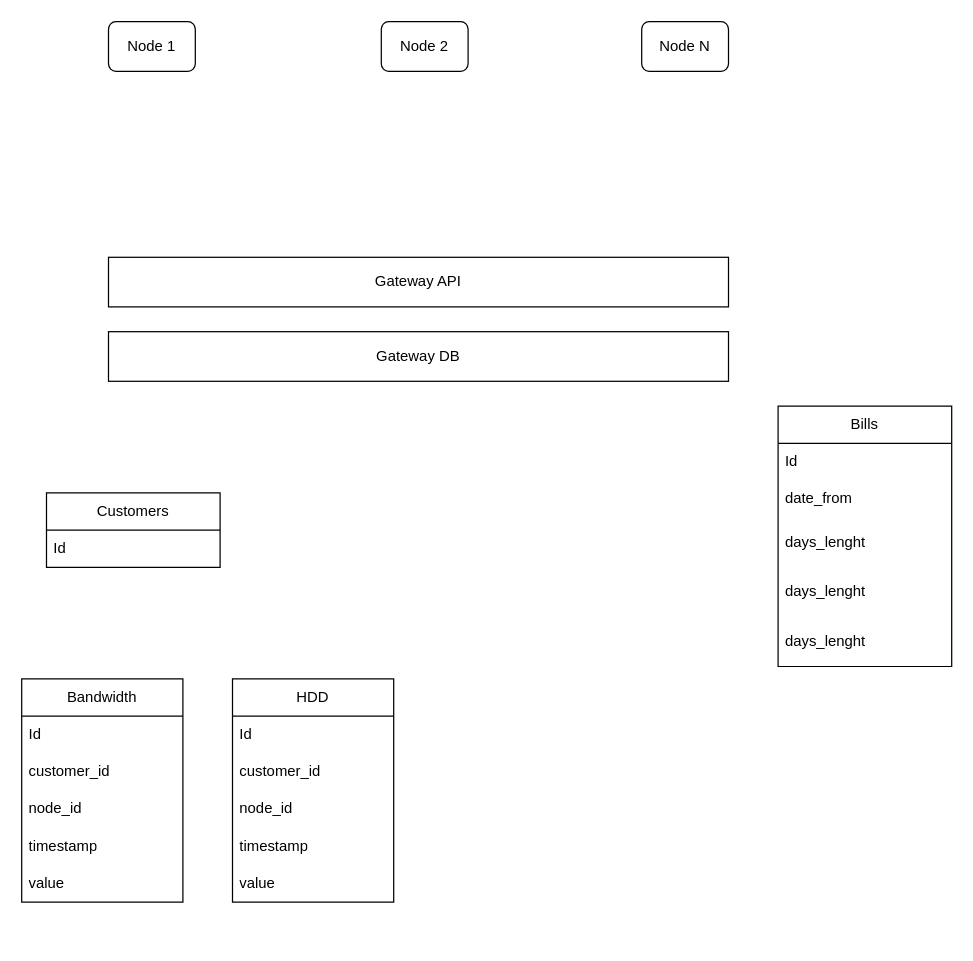
Earlier version of the draw.io diagram InfiniteStorage.drawio (jefo/drawio). Source tidied: cells renumbered, new cells numbered last; positions are measured from the earlier drawing's top-left corner, leaving out a move shared by most shapes. Both pictures are drawn from the tidied source at 124%, with x=0, y=0 at pixel (21, 21).
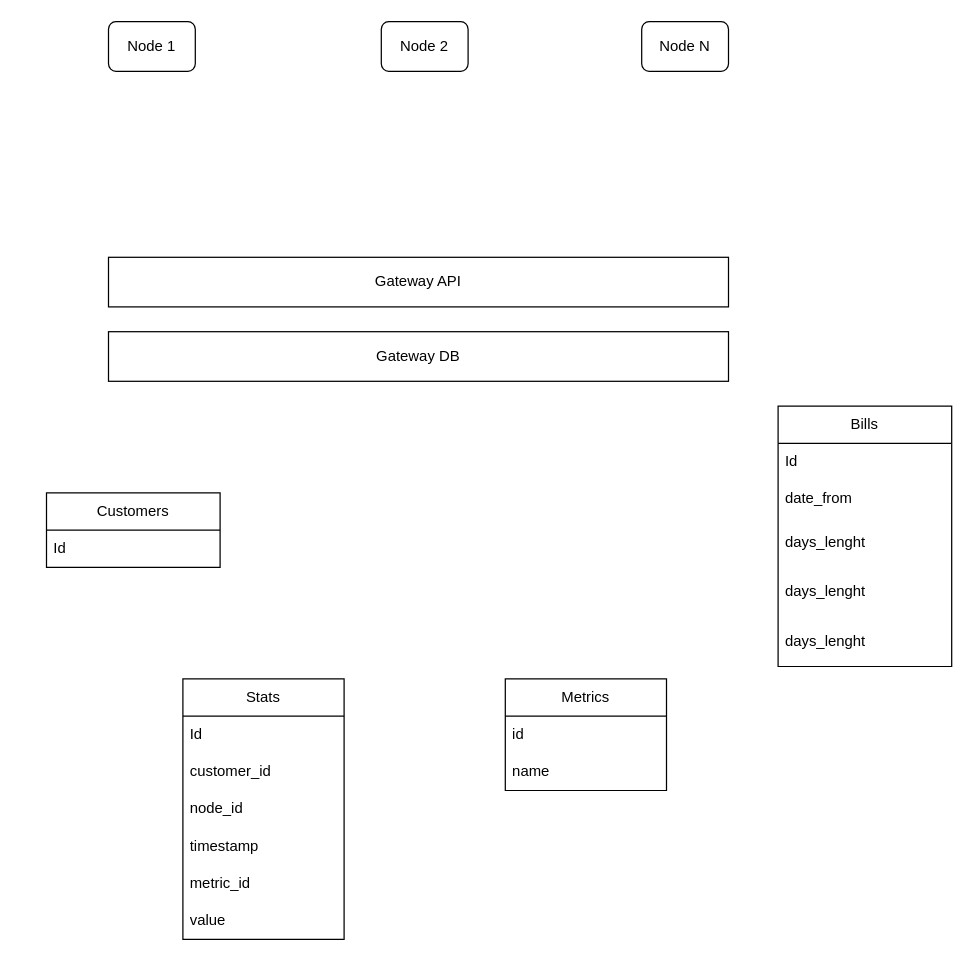
The same diagram, later.

What changed in the source:
```diff
@@
-    <mxCell id="15" value="Bandwidth" style="swimlane;fontStyle=0;horizontal=1;startSize=30;whiteSpace=wrap;html=1;" parent="1" vertex="1">
-      <mxGeometry y="530" width="130" height="180" as="geometry" />
-    </mxCell>
-    <mxCell id="16" value="Id" style="text;strokeColor=none;fillColor=none;align=left;verticalAlign=middle;spacingLeft=4;spacingRight=4;overflow=hidden;whiteSpace=wrap;html=1;" parent="15" vertex="1">
-      <mxGeometry y="30" width="130" height="30" as="geometry" />
-    </mxCell>
-    <mxCell id="17" value="customer_id" style="text;strokeColor=none;fillColor=none;align=left;verticalAlign=middle;spacingLeft=4;spacingRight=4;overflow=hidden;whiteSpace=wrap;html=1;" parent="15" vertex="1">
-      <mxGeometry y="60" width="130" height="30" as="geometry" />
-    </mxCell>
-    <mxCell id="18" value="node_id" style="text;strokeColor=none;fillColor=none;align=left;verticalAlign=middle;spacingLeft=4;spacingRight=4;overflow=hidden;whiteSpace=wrap;html=1;" parent="15" vertex="1">
-      <mxGeometry y="90" width="130" height="30" as="geometry" />
-    </mxCell>
-    <mxCell id="19" value="timestamp" style="text;strokeColor=none;fillColor=none;align=left;verticalAlign=middle;spacingLeft=4;spacingRight=4;overflow=hidden;whiteSpace=wrap;html=1;" parent="15" vertex="1">
-      <mxGeometry y="120" width="130" height="30" as="geometry" />
-    </mxCell>
-    <mxCell id="20" value="value" style="text;strokeColor=none;fillColor=none;align=left;verticalAlign=middle;spacingLeft=4;spacingRight=4;overflow=hidden;whiteSpace=wrap;html=1;" parent="15" vertex="1">
-      <mxGeometry y="150" width="130" height="30" as="geometry" />
-    </mxCell>
-    <mxCell id="21" value="HDD" style="swimlane;fontStyle=0;horizontal=1;startSize=30;whiteSpace=wrap;html=1;" parent="1" vertex="1">
-      <mxGeometry x="170" y="530" width="130" height="180" as="geometry" />
+    <mxCell id="21" value="Metrics" style="swimlane;fontStyle=0;horizontal=1;startSize=30;whiteSpace=wrap;html=1;" parent="1" vertex="1">
+      <mxGeometry x="390" y="530" width="130" height="90" as="geometry" />
     </mxCell>
-    <mxCell id="22" value="Id" style="text;strokeColor=none;fillColor=none;align=left;verticalAlign=middle;spacingLeft=4;spacingRight=4;overflow=hidden;whiteSpace=wrap;html=1;" parent="21" vertex="1">
+    <mxCell id="22" value="id" style="text;strokeColor=none;fillColor=none;align=left;verticalAlign=middle;spacingLeft=4;spacingRight=4;overflow=hidden;whiteSpace=wrap;html=1;" parent="21" vertex="1">
       <mxGeometry y="30" width="130" height="30" as="geometry" />
     </mxCell>
-    <mxCell id="23" value="customer_id" style="text;strokeColor=none;fillColor=none;align=left;verticalAlign=middle;spacingLeft=4;spacingRight=4;overflow=hidden;whiteSpace=wrap;html=1;" parent="21" vertex="1">
-      <mxGeometry y="60" width="130" height="30" as="geometry" />
-    </mxCell>
-    <mxCell id="24" value="node_id" style="text;strokeColor=none;fillColor=none;align=left;verticalAlign=middle;spacingLeft=4;spacingRight=4;overflow=hidden;whiteSpace=wrap;html=1;" parent="21" vertex="1">
-      <mxGeometry y="90" width="130" height="30" as="geometry" />
+    <mxCell id="24" value="name" style="text;strokeColor=none;fillColor=none;align=left;verticalAlign=middle;spacingLeft=4;spacingRight=4;overflow=hidden;whiteSpace=wrap;html=1;" parent="21" vertex="1">
+      <mxGeometry y="60" width="130" height="30" as="geometry" />
     </mxCell>
-    <mxCell id="25" value="timestamp" style="text;strokeColor=none;fillColor=none;align=left;verticalAlign=middle;spacingLeft=4;spacingRight=4;overflow=hidden;whiteSpace=wrap;html=1;" parent="21" vertex="1">
-      <mxGeometry y="120" width="130" height="30" as="geometry" />
-    </mxCell>
-    <mxCell id="26" value="value" style="text;strokeColor=none;fillColor=none;align=left;verticalAlign=middle;spacingLeft=4;spacingRight=4;overflow=hidden;whiteSpace=wrap;html=1;" parent="21" vertex="1">
-      <mxGeometry y="150" width="130" height="30" as="geometry" />
-    </mxCell>
+    <mxCell id="27" value="Stats" style="swimlane;fontStyle=0;horizontal=1;startSize=30;whiteSpace=wrap;html=1;" parent="1" vertex="1">
+      <mxGeometry x="130" y="530" width="130" height="210" as="geometry" />
+    </mxCell>
+    <mxCell id="16" value="Id" style="text;strokeColor=none;fillColor=none;align=left;verticalAlign=middle;spacingLeft=4;spacingRight=4;overflow=hidden;whiteSpace=wrap;html=1;" parent="27" vertex="1">
+      <mxGeometry y="30" width="130" height="30" as="geometry" />
+    </mxCell>
+    <mxCell id="28" value="customer_id" style="text;strokeColor=none;fillColor=none;align=left;verticalAlign=middle;spacingLeft=4;spacingRight=4;overflow=hidden;whiteSpace=wrap;html=1;" parent="27" vertex="1">
+      <mxGeometry y="60" width="130" height="30" as="geometry" />
+    </mxCell>
+    <mxCell id="18" value="node_id" style="text;strokeColor=none;fillColor=none;align=left;verticalAlign=middle;spacingLeft=4;spacingRight=4;overflow=hidden;whiteSpace=wrap;html=1;" parent="27" vertex="1">
+      <mxGeometry y="90" width="130" height="30" as="geometry" />
+    </mxCell>
+    <mxCell id="29" value="timestamp" style="text;strokeColor=none;fillColor=none;align=left;verticalAlign=middle;spacingLeft=4;spacingRight=4;overflow=hidden;whiteSpace=wrap;html=1;" parent="27" vertex="1">
+      <mxGeometry y="120" width="130" height="30" as="geometry" />
+    </mxCell>
+    <mxCell id="30" value="metric_id" style="text;strokeColor=none;fillColor=none;align=left;verticalAlign=middle;spacingLeft=4;spacingRight=4;overflow=hidden;whiteSpace=wrap;html=1;" parent="27" vertex="1">
+      <mxGeometry y="150" width="130" height="30" as="geometry" />
+    </mxCell>
+    <mxCell id="31" value="value" style="text;strokeColor=none;fillColor=none;align=left;verticalAlign=middle;spacingLeft=4;spacingRight=4;overflow=hidden;whiteSpace=wrap;html=1;" parent="27" vertex="1">
+      <mxGeometry y="180" width="130" height="30" as="geometry" />
+    </mxCell>
```
